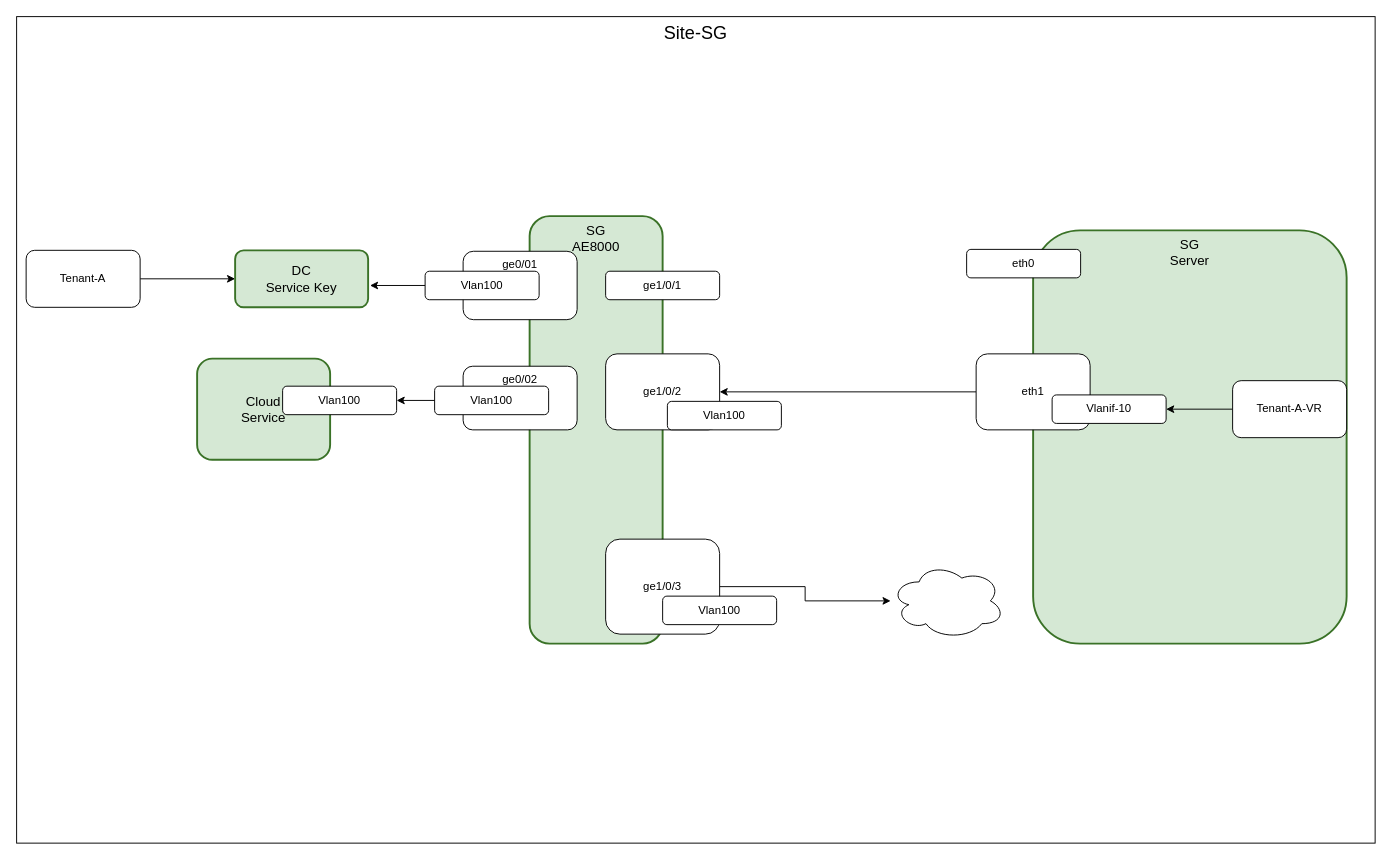
Earlier version of the draw.io diagram page "Overlay-tenant" (5 of 6) of arc.drawio (seansuming/ags-sdn-arc). Source tidied: cells renumbered, new cells numbered last; positions are measured from the earlier drawing's top-left corner, leaving out a move shared by most shapes. Both pictures are drawn from the tidied source at 95%, with x=0, y=0 at pixel (16, 16).
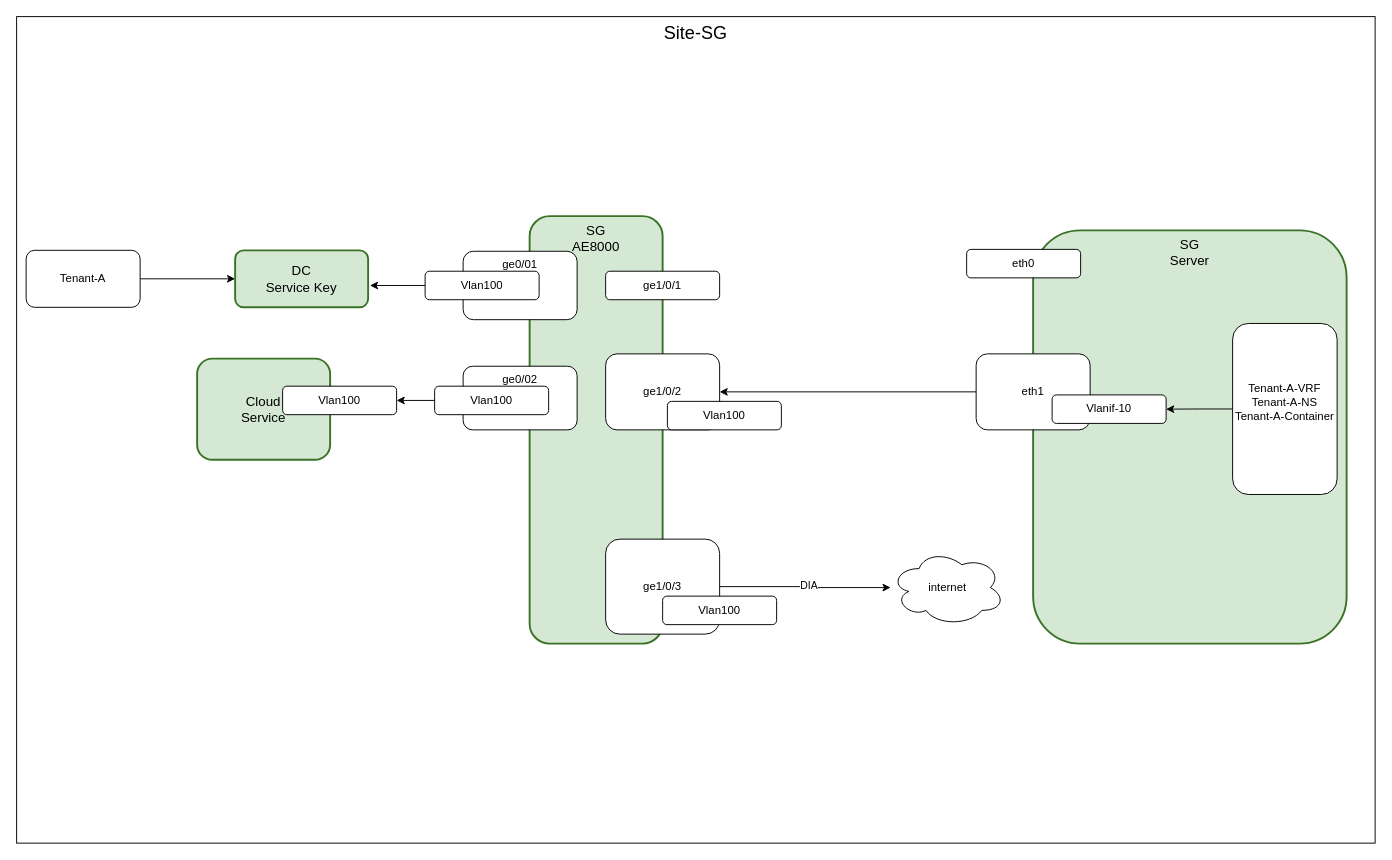
Above is the later version.

The change refers to these unchanged cells:
```xml
<mxCell id="24" style="edgeStyle=orthogonalEdgeStyle;rounded=0;jettySize=auto;html=1;" parent="1" edge="1" source="25" target="26">
  <mxGeometry relative="1" as="geometry" />
</mxCell>
```

The edit, as a diff of the source:
```diff
@@
+    <mxCell id="30" value="DIA" style="edgeLabel;html=1;align=center;verticalAlign=middle;" parent="24" vertex="1">
+      <mxGeometry x="0.04" y="3" relative="1" as="geometry" />
+    </mxCell>
@@
-    <mxCell id="26" style="ellipse;shape=cloud;whiteSpace=wrap;html=1;" parent="1" vertex="1">
-      <mxGeometry x="920" y="575" width="120" height="80" as="geometry" />
+    <mxCell id="26" value="internet" style="ellipse;shape=cloud;whiteSpace=wrap;html=1;" parent="1" vertex="1">
+      <mxGeometry x="920" y="561" width="120" height="80" as="geometry" />
     </mxCell>
@@
-    <mxCell id="28" value="Tenant-A-VR" style="rounded=1;whiteSpace=wrap;html=1;" parent="1" vertex="1">
-      <mxGeometry x="1280" y="383.2" width="120" height="60" as="geometry" />
+    <mxCell id="28" value="Tenant-A-VRF&lt;div&gt;Tenant-A-NS&lt;/div&gt;&lt;div&gt;Tenant-A-Container&lt;br&gt;&lt;div&gt;&lt;br&gt;&lt;/div&gt;&lt;/div&gt;" style="rounded=1;whiteSpace=wrap;html=1;" parent="1" vertex="1">
+      <mxGeometry x="1280" y="323" width="110" height="180" as="geometry" />
     </mxCell>
```
